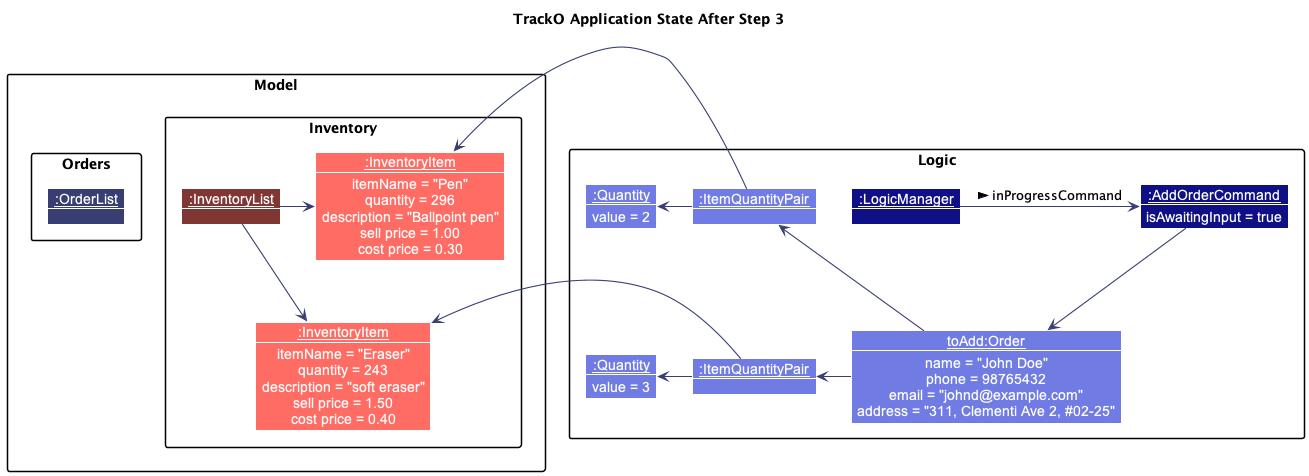
This is docs/images/developer-guide/AddOrderState3.png from nus-cs2103-AY2223S1/tp, a PlantUML export, as it was before one commit.
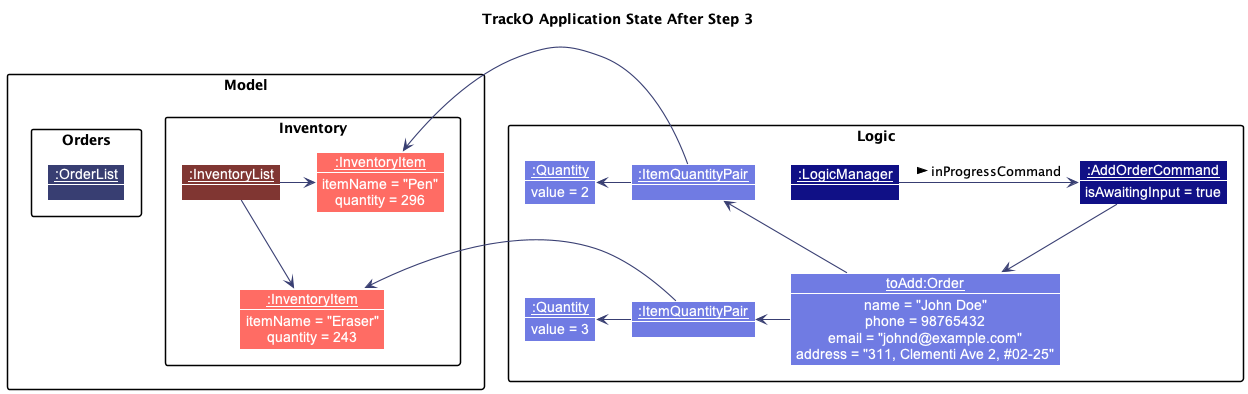
The same diagram one commit later.

Change to the diagram source:
```diff
@@ -17,17 +17,11 @@
         Object "__:InventoryItem__" as Item1 {
             itemName = "Pen"
             quantity = 296
-            description = "Ballpoint pen"
-            sell price = 1.00
-            cost price = 0.30
         }
 
         Object "__:InventoryItem__" as Item2 {
             itemName = "Eraser"
             quantity = 243
-            description = "soft eraser"
-            sell price = 1.50
-            cost price = 0.40
         }
 
         InventoryList --right> Item1
```
